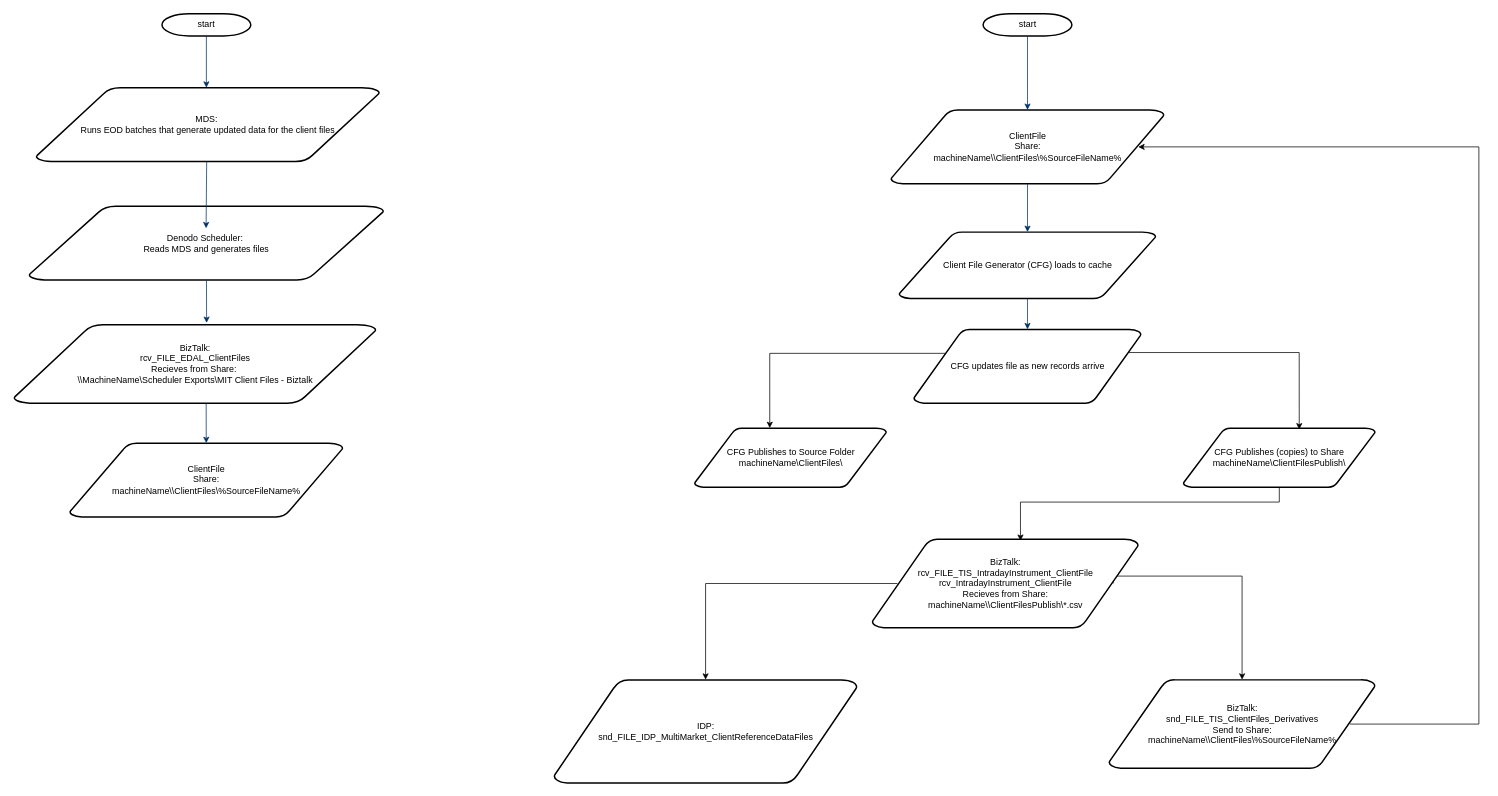
Earlier version of the draw.io diagram ClientFiles.drawio (ByMadiba/Sandbox). Source tidied: cells renumbered, new cells numbered last; positions are measured from the earlier drawing's top-left corner, leaving out a move shared by most shapes. Both pictures are drawn from the tidied source at 74%, with x=0, y=0 at pixel (13, 13).
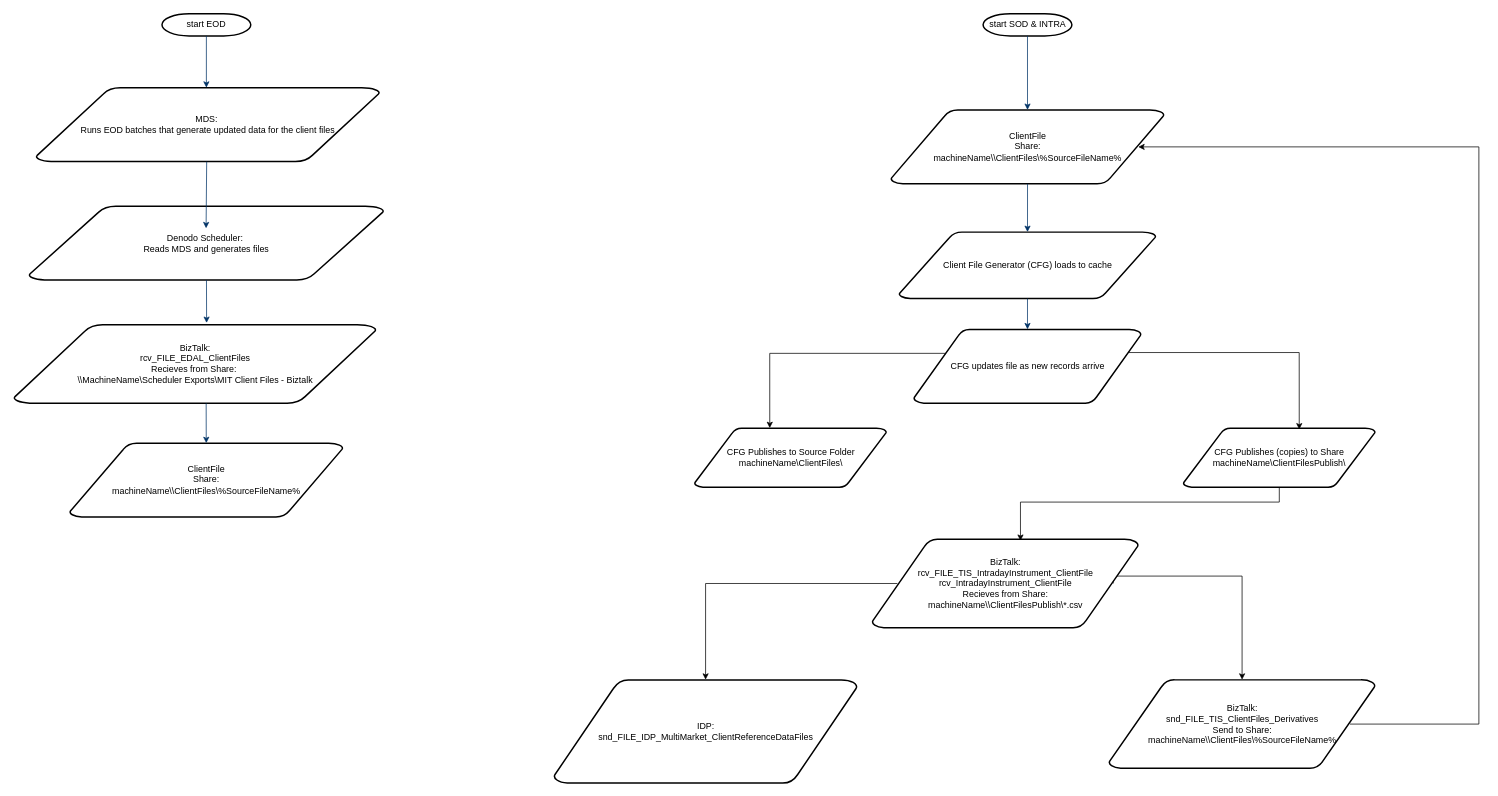
The same page after the edit.

Commit message:
Added SOD, intra, EOD

What changed in the source:
```diff
@@
-    <mxCell id="2" value="start" style="shape=mxgraph.flowchart.terminator;strokeWidth=2;gradientColor=none;gradientDirection=north;fontStyle=0;html=1;" parent="1" vertex="1">
+    <mxCell id="2" value="start SOD &amp;amp; INTRA" style="shape=mxgraph.flowchart.terminator;strokeWidth=2;gradientColor=none;gradientDirection=north;fontStyle=0;html=1;" parent="1" vertex="1">
       <mxGeometry x="1310" width="120" height="30" as="geometry" />
     </mxCell>
@@
-    <mxCell id="20" value="start" style="shape=mxgraph.flowchart.terminator;strokeWidth=2;gradientColor=none;gradientDirection=north;fontStyle=0;html=1;" parent="1" vertex="1">
+    <mxCell id="20" value="start EOD" style="shape=mxgraph.flowchart.terminator;strokeWidth=2;gradientColor=none;gradientDirection=north;fontStyle=0;html=1;" parent="1" vertex="1">
       <mxGeometry x="200.4" width="120" height="30" as="geometry" />
     </mxCell>
```
